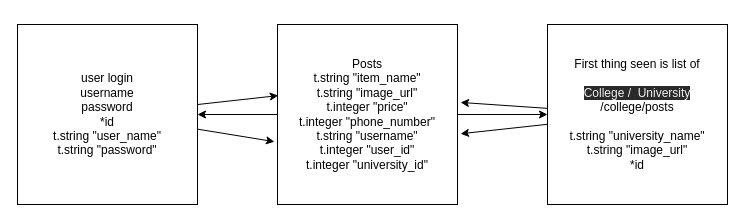
Above: test.svg.drawio in KotaUeshima/college_marketplace_b (draw.io), before the change. Source tidied: cells renumbered, new cells numbered last; positions are measured from the earlier drawing's top-left corner, leaving out a move shared by most shapes. Both pictures are drawn from the tidied source at 100%, with x=0, y=0 at pixel (17, 24).
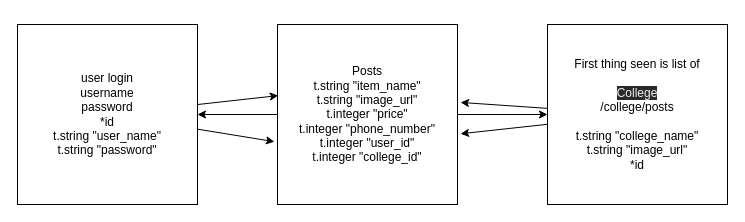
Above is the later version.

The edit, as a diff of the source:
```diff
@@
 <mxGraphModel>
   <root>
     <mxCell id="0" />
     <mxCell id="1" parent="0" />
     <mxCell id="2" style="edgeStyle=none;html=1;entryX=0.75;entryY=0;entryDx=0;entryDy=0;" parent="1" edge="1" source="5">
       <mxGeometry relative="1" as="geometry">
         <mxPoint x="135" as="targetPoint" />
       </mxGeometry>
     </mxCell>
     <mxCell id="3" style="edgeStyle=none;html=1;entryX=0.004;entryY=0.395;entryDx=0;entryDy=0;entryPerimeter=0;" parent="1" edge="1" source="5" target="8">
       <mxGeometry relative="1" as="geometry" />
     </mxCell>
     <mxCell id="4" style="edgeStyle=none;html=1;entryX=-0.017;entryY=0.651;entryDx=0;entryDy=0;entryPerimeter=0;" parent="1" edge="1" source="5" target="8">
       <mxGeometry relative="1" as="geometry" />
     </mxCell>
     <mxCell id="5" value="user login&lt;br&gt;username&lt;br&gt;password&lt;br&gt;*id&lt;br&gt;t.string &quot;user_name&quot;&lt;br&gt;t.string &quot;password&quot;" style="whiteSpace=wrap;html=1;" parent="1" vertex="1">
       <mxGeometry width="180" height="180" as="geometry" />
     </mxCell>
     <mxCell id="6" style="edgeStyle=none;html=1;entryX=0;entryY=0.5;entryDx=0;entryDy=0;" parent="1" edge="1" source="8" target="11">
       <mxGeometry relative="1" as="geometry" />
     </mxCell>
     <mxCell id="7" style="edgeStyle=none;html=1;entryX=1;entryY=0.5;entryDx=0;entryDy=0;" parent="1" edge="1" source="8">
       <mxGeometry relative="1" as="geometry">
         <mxPoint x="180" y="90" as="targetPoint" />
       </mxGeometry>
     </mxCell>
-    <mxCell id="8" value="Posts&lt;br&gt;t.string &quot;item_name&quot;&lt;br&gt;t.string &quot;image_url&quot;&lt;br&gt;t.integer &quot;price&quot;&lt;br&gt;t.integer &quot;phone_number&quot;&lt;br&gt;t.string &quot;username&quot;&lt;br&gt;t.integer &quot;user_id&quot;&lt;br&gt;t.integer &quot;university_id&quot;" style="whiteSpace=wrap;html=1;" parent="1" vertex="1">
+    <mxCell id="8" value="Posts&lt;br&gt;t.string &quot;item_name&quot;&lt;br&gt;t.string &quot;image_url&quot;&lt;br&gt;t.integer &quot;price&quot;&lt;br&gt;t.integer &quot;phone_number&quot;&lt;br&gt;t.integer &quot;user_id&quot;&lt;br&gt;t.integer &quot;college_id&quot;" style="whiteSpace=wrap;html=1;" parent="1" vertex="1">
       <mxGeometry x="260" width="180" height="180" as="geometry" />
     </mxCell>
     <mxCell id="9" style="edgeStyle=none;html=1;entryX=1.017;entryY=0.433;entryDx=0;entryDy=0;entryPerimeter=0;" parent="1" edge="1" source="11" target="8">
       <mxGeometry relative="1" as="geometry" />
     </mxCell>
     <mxCell id="10" style="edgeStyle=none;html=1;entryX=1.017;entryY=0.607;entryDx=0;entryDy=0;entryPerimeter=0;" parent="1" edge="1" source="11" target="8">
       <mxGeometry relative="1" as="geometry" />
     </mxCell>
-    <mxCell id="11" value="First thing seen is list of&lt;br&gt;&lt;br&gt;&lt;span style=&quot;color: rgb(240 , 240 , 240) ; font-family: &amp;#34;helvetica&amp;#34; ; font-size: 12px ; font-style: normal ; font-weight: 400 ; letter-spacing: normal ; text-align: center ; text-indent: 0px ; text-transform: none ; word-spacing: 0px ; background-color: rgb(42 , 42 , 42) ; display: inline ; float: none&quot;&gt;College /&amp;nbsp; University&lt;br&gt;&lt;/span&gt;/college/posts&lt;br&gt;&lt;br&gt;t.string &quot;university_name&quot;&lt;br&gt;t.string &quot;image_url&quot;&lt;br&gt;*id" style="whiteSpace=wrap;html=1;" parent="1" vertex="1">
+    <mxCell id="11" value="First thing seen is list of&lt;br&gt;&lt;br&gt;&lt;span style=&quot;color: rgb(240 , 240 , 240) ; font-family: &amp;#34;helvetica&amp;#34; ; font-size: 12px ; font-style: normal ; font-weight: 400 ; letter-spacing: normal ; text-align: center ; text-indent: 0px ; text-transform: none ; word-spacing: 0px ; background-color: rgb(42 , 42 , 42) ; display: inline ; float: none&quot;&gt;College&lt;br&gt;&lt;/span&gt;/college/posts&lt;br&gt;&lt;br&gt;t.string &quot;college_name&quot;&lt;br&gt;t.string &quot;image_url&quot;&lt;br&gt;*id" style="whiteSpace=wrap;html=1;" parent="1" vertex="1">
       <mxGeometry x="530" width="180" height="180" as="geometry" />
     </mxCell>
   </root>
 </mxGraphModel>
```
